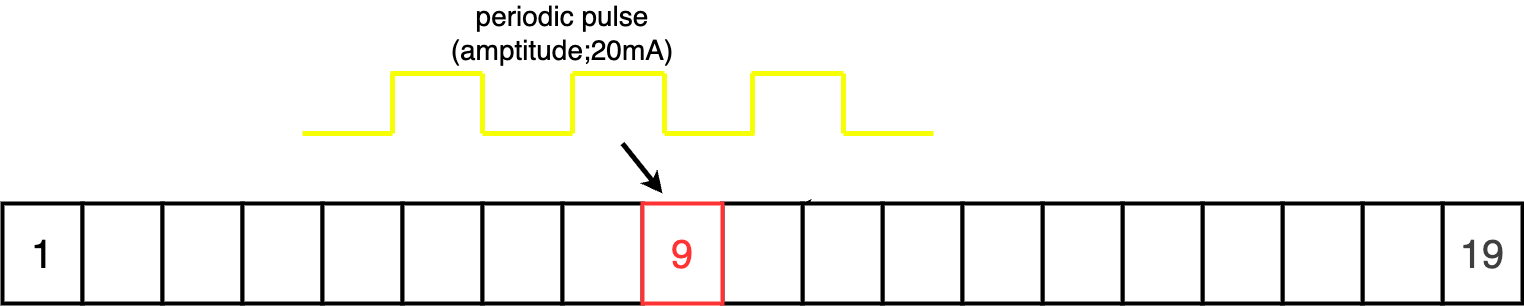
MunechikaHaruki/SINDyNeuroSurrogate keeps this draw.io diagram as docs/poster/pic/inject_periodic_current.png. Above is the earlier version. Source tidied: cells renumbered, new cells last; positions are measured from the earlier drawing's top-left corner, leaving out a move shared by most shapes.
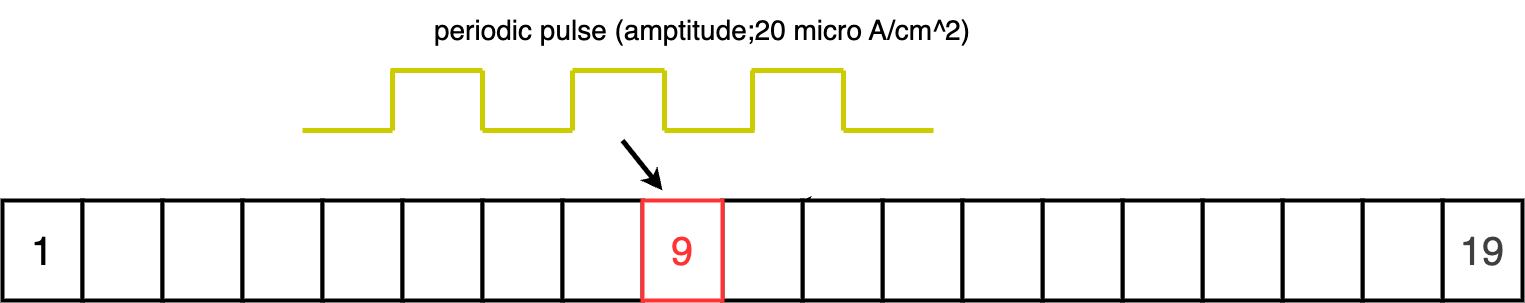
Later version of the same file.

What changed in the source:
```diff
@@ -68,82 +68,82 @@
     <mxCell id="22" value="&lt;span style=&quot;font-size: 40px;&quot;&gt;&lt;font style=&quot;color: rgb(255, 51, 51);&quot;&gt;9&lt;/font&gt;&lt;/span&gt;" style="rounded=0;whiteSpace=wrap;html=1;strokeWidth=4;strokeColor=#FF3333;" parent="1" vertex="1">
       <mxGeometry x="640" y="200" width="80" height="100" as="geometry" />
     </mxCell>
-    <mxCell id="23" style="endArrow=none;html=1;strokeWidth=5;endFill=0;strokeColor=#F6FF05;" parent="1" edge="1">
+    <mxCell id="23" style="endArrow=none;html=1;strokeWidth=5;endFill=0;strokeColor=#CCCC00;" parent="1" edge="1">
       <mxGeometry relative="1" as="geometry">
         <mxPoint x="480" y="70" as="sourcePoint" />
         <mxPoint x="388" y="70" as="targetPoint" />
       </mxGeometry>
     </mxCell>
-    <mxCell id="24" style="endArrow=none;html=1;strokeWidth=5;endFill=0;strokeColor=#F6FF05;" parent="1" edge="1">
+    <mxCell id="24" style="endArrow=none;html=1;strokeWidth=5;endFill=0;strokeColor=#CCCC00;" parent="1" edge="1">
       <mxGeometry relative="1" as="geometry">
         <mxPoint x="390" y="130" as="sourcePoint" />
         <mxPoint x="390" y="70" as="targetPoint" />
       </mxGeometry>
     </mxCell>
-    <mxCell id="25" style="endArrow=none;html=1;strokeWidth=5;endFill=0;strokeColor=#F6FF05;" parent="1" edge="1">
+    <mxCell id="25" style="endArrow=none;html=1;strokeWidth=5;endFill=0;strokeColor=#CCCC00;" parent="1" edge="1">
       <mxGeometry relative="1" as="geometry">
         <mxPoint x="480" y="130" as="sourcePoint" />
         <mxPoint x="480" y="70" as="targetPoint" />
       </mxGeometry>
     </mxCell>
-    <mxCell id="26" style="endArrow=none;html=1;strokeWidth=5;endFill=0;strokeColor=#F6FF05;" parent="1" edge="1">
+    <mxCell id="26" style="endArrow=none;html=1;strokeWidth=5;endFill=0;strokeColor=#CCCC00;" parent="1" edge="1">
       <mxGeometry relative="1" as="geometry">
         <mxPoint x="570" y="130" as="sourcePoint" />
         <mxPoint x="480" y="130" as="targetPoint" />
       </mxGeometry>
     </mxCell>
-    <mxCell id="27" style="endArrow=none;html=1;strokeWidth=5;endFill=0;strokeColor=#F6FF05;" parent="1" edge="1">
+    <mxCell id="27" style="endArrow=none;html=1;strokeWidth=5;endFill=0;strokeColor=#CCCC00;" parent="1" edge="1">
       <mxGeometry relative="1" as="geometry">
         <mxPoint x="390" y="130" as="sourcePoint" />
         <mxPoint x="300" y="130" as="targetPoint" />
       </mxGeometry>
     </mxCell>
-    <mxCell id="28" value="&lt;span style=&quot;font-size: 28px;&quot;&gt;periodic pulse (amptitude;20mA)&lt;/span&gt;" style="text;html=1;align=center;verticalAlign=middle;whiteSpace=wrap;rounded=0;" parent="1" vertex="1">
-      <mxGeometry x="390" width="340" height="60" as="geometry" />
+    <mxCell id="28" value="&lt;span style=&quot;font-size: 28px;&quot;&gt;periodic pulse (amptitude;20 micro A/cm^2)&lt;/span&gt;" style="text;html=1;align=center;verticalAlign=middle;whiteSpace=wrap;rounded=0;" parent="1" vertex="1">
+      <mxGeometry x="390" width="620" height="60" as="geometry" />
     </mxCell>
-    <mxCell id="29" style="endArrow=none;html=1;strokeWidth=5;endFill=0;strokeColor=#F6FF05;" parent="1" edge="1">
+    <mxCell id="29" style="endArrow=none;html=1;strokeWidth=5;endFill=0;strokeColor=#CCCC00;" parent="1" edge="1">
       <mxGeometry relative="1" as="geometry">
         <mxPoint x="570" y="130" as="sourcePoint" />
         <mxPoint x="570" y="70" as="targetPoint" />
       </mxGeometry>
     </mxCell>
-    <mxCell id="30" style="endArrow=none;html=1;strokeWidth=5;endFill=0;strokeColor=#F6FF05;" parent="1" edge="1">
+    <mxCell id="30" style="endArrow=none;html=1;strokeWidth=5;endFill=0;strokeColor=#CCCC00;" parent="1" edge="1">
       <mxGeometry relative="1" as="geometry">
         <mxPoint x="841" y="70" as="sourcePoint" />
         <mxPoint x="749" y="70" as="targetPoint" />
       </mxGeometry>
     </mxCell>
-    <mxCell id="31" style="endArrow=none;html=1;strokeWidth=5;endFill=0;strokeColor=#F6FF05;" parent="1" edge="1">
+    <mxCell id="31" style="endArrow=none;html=1;strokeWidth=5;endFill=0;strokeColor=#CCCC00;" parent="1" edge="1">
       <mxGeometry relative="1" as="geometry">
         <mxPoint x="841" y="130" as="sourcePoint" />
         <mxPoint x="841" y="70" as="targetPoint" />
       </mxGeometry>
     </mxCell>
-    <mxCell id="32" style="endArrow=none;html=1;strokeWidth=5;endFill=0;strokeColor=#F6FF05;" parent="1" edge="1">
+    <mxCell id="32" style="endArrow=none;html=1;strokeWidth=5;endFill=0;strokeColor=#CCCC00;" parent="1" edge="1">
       <mxGeometry relative="1" as="geometry">
         <mxPoint x="931" y="130" as="sourcePoint" />
         <mxPoint x="841" y="130" as="targetPoint" />
       </mxGeometry>
     </mxCell>
-    <mxCell id="33" style="endArrow=none;html=1;strokeWidth=5;endFill=0;strokeColor=#F6FF05;" parent="1" edge="1">
+    <mxCell id="33" style="endArrow=none;html=1;strokeWidth=5;endFill=0;strokeColor=#CCCC00;" parent="1" edge="1">
       <mxGeometry relative="1" as="geometry">
         <mxPoint x="750" y="130" as="sourcePoint" />
         <mxPoint x="750" y="70" as="targetPoint" />
       </mxGeometry>
     </mxCell>
-    <mxCell id="34" style="endArrow=none;html=1;strokeWidth=5;endFill=0;strokeColor=#F6FF05;" parent="1" edge="1">
+    <mxCell id="34" style="endArrow=none;html=1;strokeWidth=5;endFill=0;strokeColor=#CCCC00;" parent="1" edge="1">
       <mxGeometry relative="1" as="geometry">
         <mxPoint x="662" y="70" as="sourcePoint" />
         <mxPoint x="570" y="70" as="targetPoint" />
       </mxGeometry>
     </mxCell>
-    <mxCell id="35" style="endArrow=none;html=1;strokeWidth=5;endFill=0;strokeColor=#F6FF05;" parent="1" edge="1">
+    <mxCell id="35" style="endArrow=none;html=1;strokeWidth=5;endFill=0;strokeColor=#CCCC00;" parent="1" edge="1">
       <mxGeometry relative="1" as="geometry">
         <mxPoint x="662" y="130" as="sourcePoint" />
         <mxPoint x="662" y="70" as="targetPoint" />
       </mxGeometry>
     </mxCell>
-    <mxCell id="36" style="endArrow=none;html=1;strokeWidth=5;endFill=0;strokeColor=#F6FF05;" parent="1" edge="1">
+    <mxCell id="36" style="endArrow=none;html=1;strokeWidth=5;endFill=0;strokeColor=#CCCC00;" parent="1" edge="1">
       <mxGeometry relative="1" as="geometry">
         <mxPoint x="752" y="130" as="sourcePoint" />
         <mxPoint x="662" y="130" as="targetPoint" />
```
